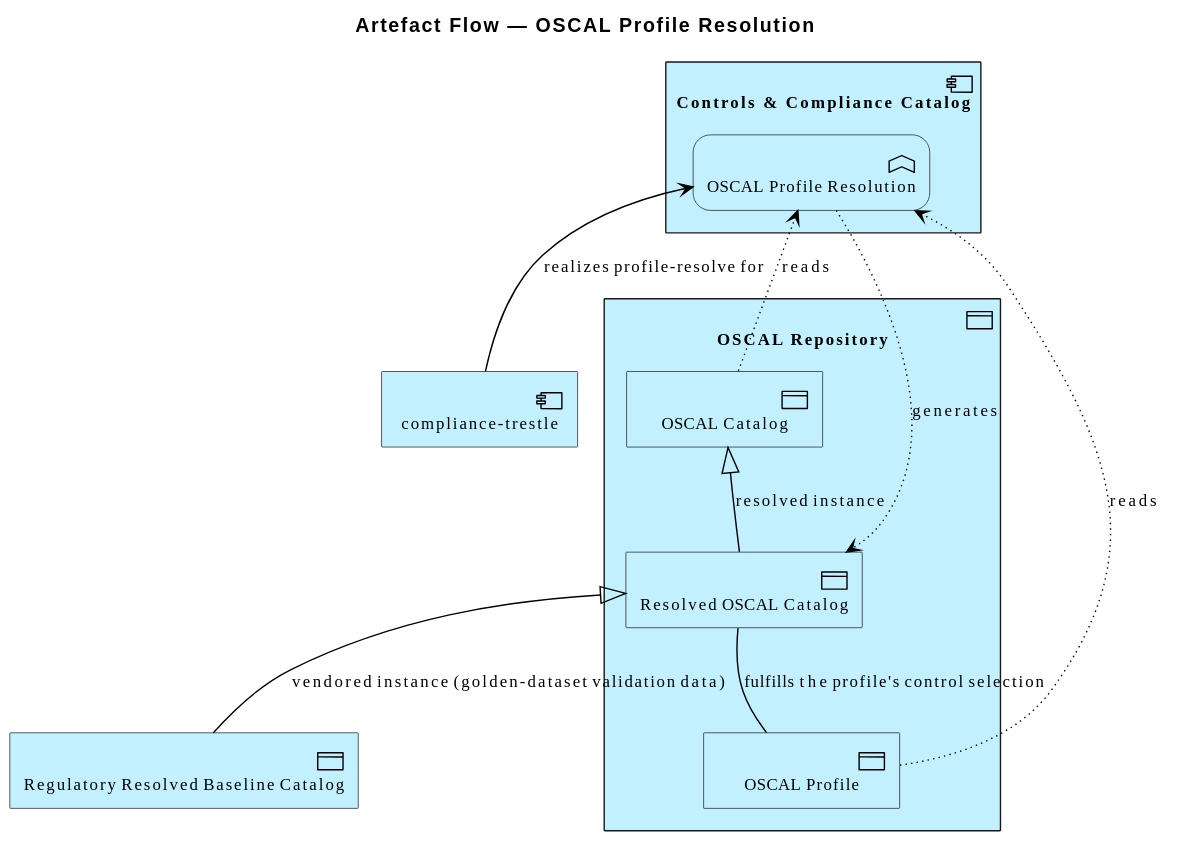
Above: architecture/model/diagrams/application/artefact-oscal-resolve.svg in wolffy-au/frictionless-architect (PlantUML), before the change.
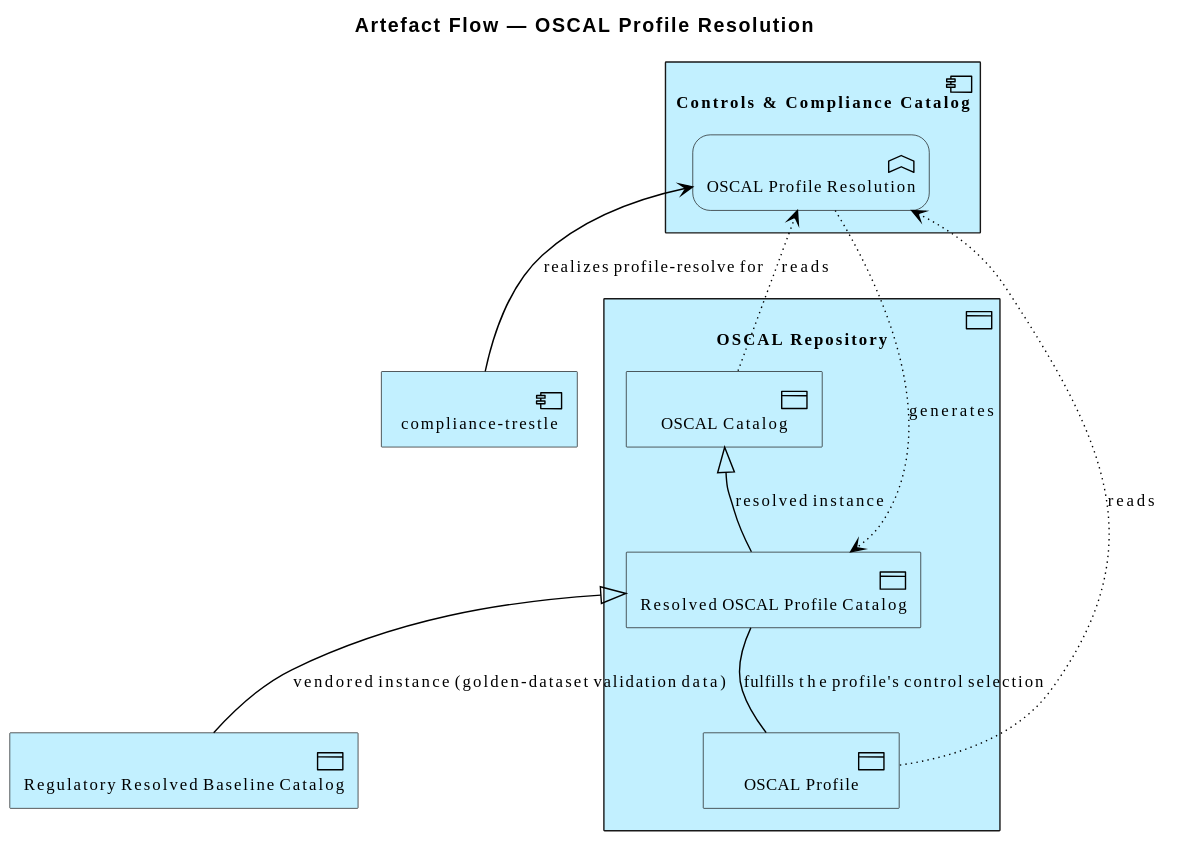
Later version of the same file.

Change to the diagram source:
```diff
@@ -9,7 +9,7 @@
 Application_DataObject(e_idb18c37abc9ff51, "OSCAL Repository") {
   Application_DataObject(e_idddf65887d53f57, "OSCAL Catalog")
   Application_DataObject(e_id9659a679544058, "OSCAL Profile")
-  Application_DataObject(e_id0bcf03d5bb0d58, "Resolved OSCAL Catalog")
+  Application_DataObject(e_id0bcf03d5bb0d58, "Resolved OSCAL Profile Catalog")
 }
 Application_Component(e_id0aed952692a556, "compliance-trestle")
 Application_DataObject(e_ide0d2eafd1b6957, "Regulatory Resolved Baseline Catalog")
```
